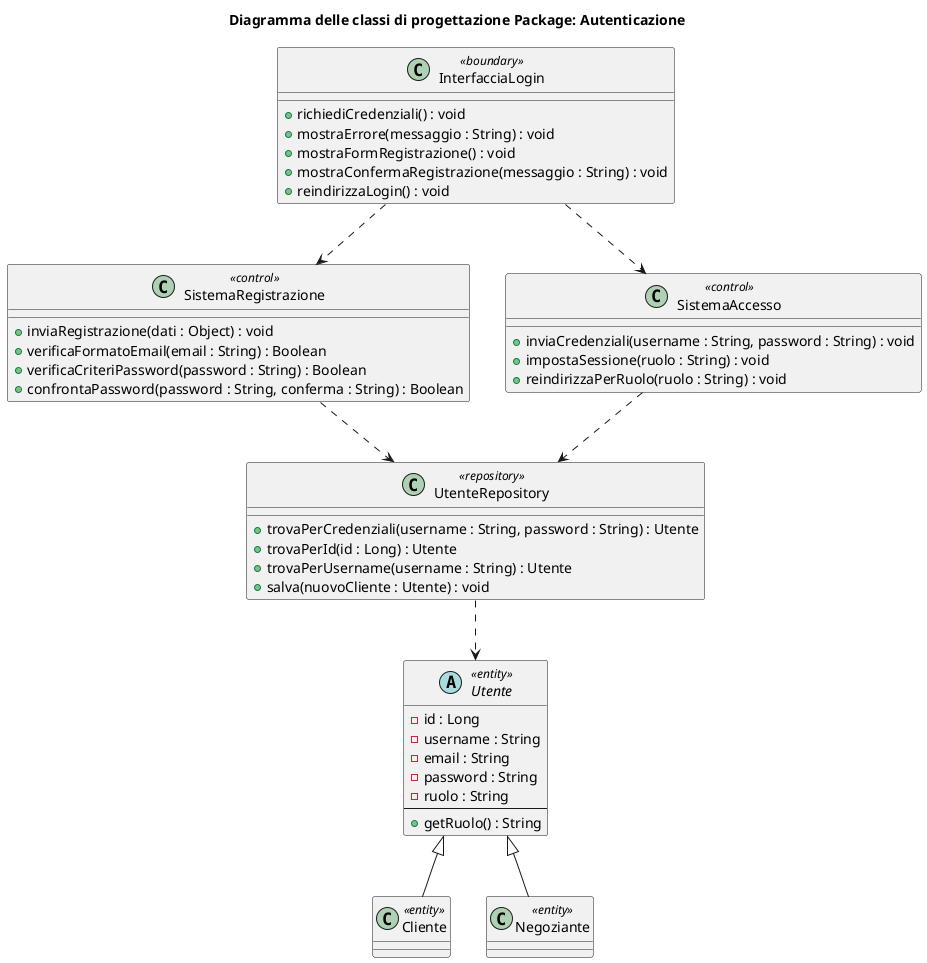
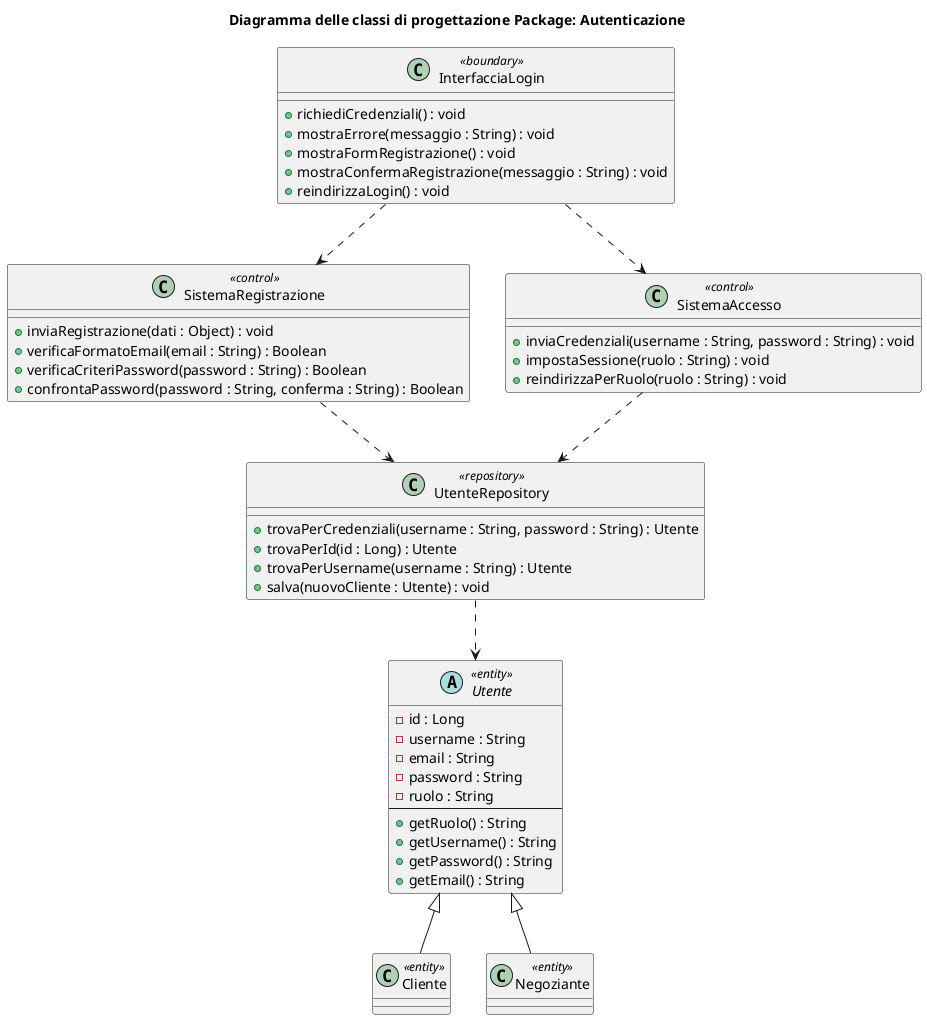
@startuml
title Diagramma delle classi di progettazione Package: Autenticazione


interface InterfacciaLogin <<boundary>>
class SistemaRegistrazione <<control>>
class SistemaAccesso <<control>>
class UtenteRepository <<repository>>
class Cliente <<entity>>
class Negoziante <<entity>>

class "InterfacciaLogin" <<boundary>> {
    ' Autenticazione
    + richiediCredenziali() : void
    + mostraErrore(messaggio : String) : void
    ' Registrazione (PRE-login)
    + mostraFormRegistrazione() : void
    + mostraConfermaRegistrazione(messaggio : String) : void
    + reindirizzaLogin() : void
}
abstract class Utente <<entity>> {
    - id : Long
    - username : String
    - email : String
    - password : String
    - ruolo : String
    --
    + getRuolo() : String
+     + getUsername() : String
+     + getPassword() : String
+     + getEmail() : String
}
class UtenteRepository <<repository>> {
    ' Gestione generica utenti
    + trovaPerCredenziali(username : String, password : String) : Utente
    + trovaPerId(id : Long) : Utente
    + trovaPerUsername(username : String) : Utente
    + salva(nuovoCliente : Utente) : void
}
class SistemaRegistrazione <<control>> {
    + inviaRegistrazione(dati : Object) : void
    + verificaFormatoEmail(email : String) : Boolean
    + verificaCriteriPassword(password : String) : Boolean
    + confrontaPassword(password : String, conferma : String) : Boolean
}
class SistemaAccesso <<control>> {
    + inviaCredenziali(username : String, password : String) : void
    + impostaSessione(ruolo : String) : void
    + reindirizzaPerRuolo(ruolo : String) : void
}

Utente <|-- Cliente
Utente <|-- Negoziante

InterfacciaLogin ..> SistemaRegistrazione
SistemaRegistrazione ..> UtenteRepository
SistemaAccesso ..> UtenteRepository
UtenteRepository ..> Utente
InterfacciaLogin ..> SistemaAccesso
@enduml
